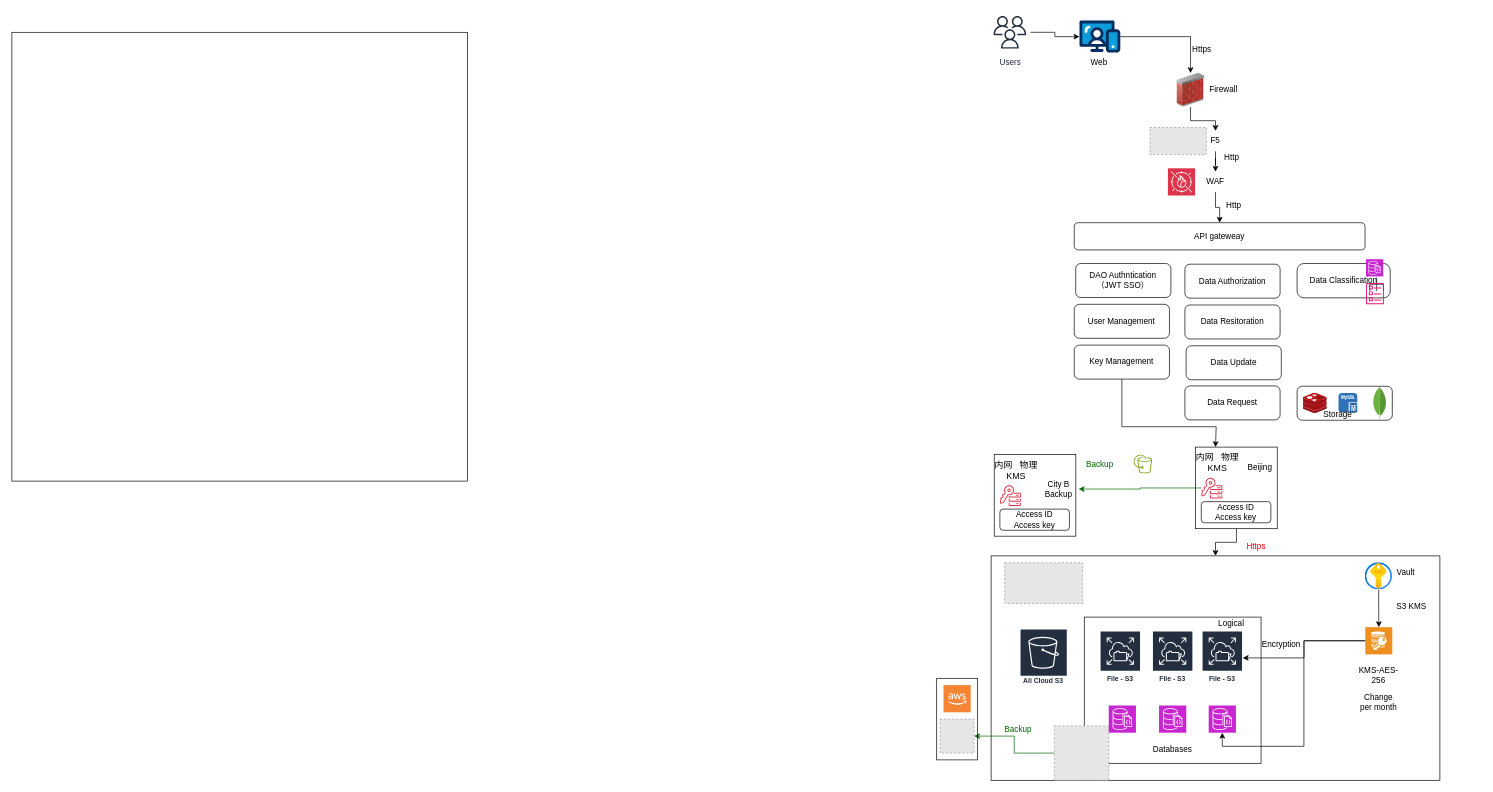
The draw.io diagram 未命名绘图.drawio in AliceHan7/Architecture-Design, before the edit. Source tidied: cells renumbered, new cells numbered last; positions are measured from the earlier drawing's top-left corner, leaving out a move shared by most shapes. Both pictures are drawn from the tidied source at 68%, with x=0, y=0 at pixel (12, 12). Pictures stored in the file or linked from it are replaced by grey dashed boxes.
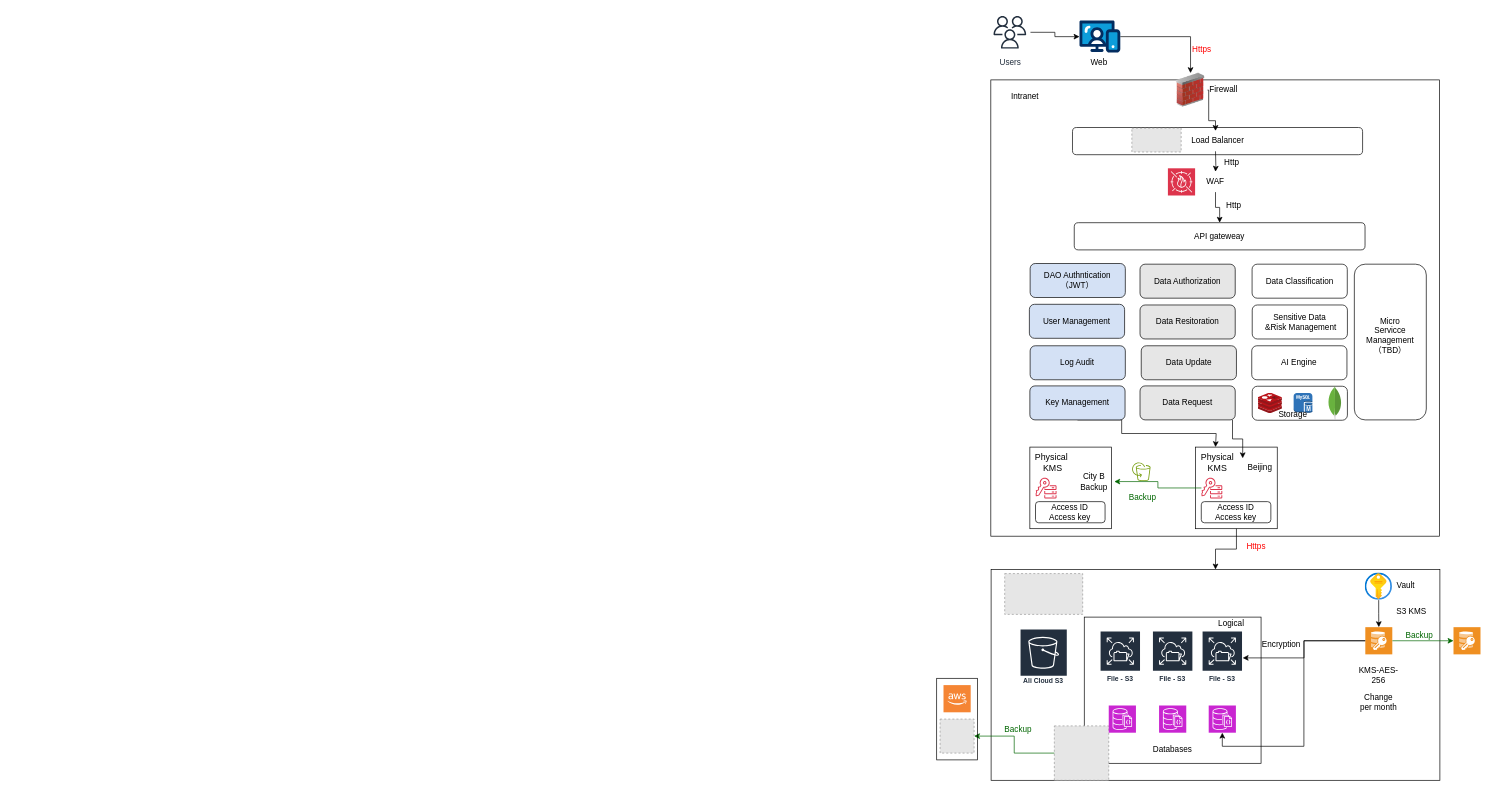
The same page after the edit.

Commit message:
更新未命名绘图.drawio

The change refers to these unchanged cells:
```xml
<mxCell id="11" style="shadow=0;dashed=0;html=1;strokeColor=none;fillColor=#EF8F21;labelPosition=center;verticalLabelPosition=bottom;verticalAlign=top;align=center;outlineConnect=0;shape=mxgraph.veeam.2d.end_to_end_encryption;" parent="1" vertex="1">
  <mxGeometry x="1990.3" y="904.8" width="39.7" height="40" as="geometry" />
</mxCell>
<mxCell id="33" style="image;html=1;image=img/lib/clip_art/networking/Firewall_02_128x128.png;" parent="32" vertex="1">
  <mxGeometry width="50" height="50" as="geometry" />
</mxCell>
<mxCell id="44" value="WAF" style="text;html=1;strokeColor=none;fillColor=none;align=center;verticalAlign=middle;whiteSpace=wrap;rounded=0;" parent="42" vertex="1">
  <mxGeometry x="40" y="5" width="60" height="30" as="geometry" />
</mxCell>
<mxCell id="57" style="group;" parent="1" vertex="1">
  <mxGeometry x="1733.8" y="640" width="131.2" height="120" as="geometry" />
</mxCell>
<mxCell id="62" value="Beijing" style="text;html=1;strokeColor=none;fillColor=none;align=center;verticalAlign=middle;whiteSpace=wrap;rounded=0;" parent="57" vertex="1">
  <mxGeometry x="72.4" y="16.4" width="58.8" height="28" as="geometry" />
</mxCell>
```

Diff of the diagram source:
```diff
@@
     <mxCell id="2" style="whiteSpace=wrap;html=1;" parent="1" vertex="1">
-      <mxGeometry y="30" width="670" height="660" as="geometry" />
+      <mxGeometry x="1439.6" y="100" width="660" height="671" as="geometry" />
     </mxCell>
     <mxCell id="3" style="whiteSpace=wrap;html=1;" parent="1" vertex="1">
-      <mxGeometry x="1440" y="800" width="660" height="330" as="geometry" />
+      <mxGeometry x="1440" y="820" width="660" height="310" as="geometry" />
     </mxCell>
@@
     <mxCell id="5" style="fillColor=#E6E6E6;strokeColor=#999999;dashed=1;verticalLabelPosition=bottom;verticalAlign=top;" parent="1" vertex="1">
-      <mxGeometry x="1460" y="810" width="114.7" height="60" as="geometry" />
+      <mxGeometry x="1460" y="826" width="114.7" height="60" as="geometry" />
     </mxCell>
@@
     <mxCell id="9" style="image;html=1;points=[];align=center;fontSize=12;image=img/lib/azure2/security/Key_Vaults.svg;" parent="1" vertex="1">
-      <mxGeometry x="1990" y="810" width="40" height="40" as="geometry" />
+      <mxGeometry x="1990" y="825" width="40" height="40" as="geometry" />
     </mxCell>
@@
+    <mxCell id="88" style="edgeStyle=orthogonalEdgeStyle;rounded=0;jettySize=auto;html=1;strokeColor=#006600;" parent="1" edge="1" source="11" target="97">
+      <mxGeometry relative="1" as="geometry" />
+    </mxCell>
@@
     <mxCell id="18" value="Vault" style="text;html=1;strokeColor=none;fillColor=none;align=center;verticalAlign=middle;whiteSpace=wrap;rounded=0;" parent="1" vertex="1">
-      <mxGeometry x="2020" y="810" width="60" height="30" as="geometry" />
+      <mxGeometry x="2020" y="829" width="60" height="30" as="geometry" />
     </mxCell>
@@
     <mxCell id="23" value="S3 KMS&amp;nbsp;" style="text;html=1;strokeColor=none;fillColor=none;align=center;verticalAlign=middle;whiteSpace=wrap;rounded=0;" parent="1" vertex="1">
-      <mxGeometry x="2030" y="860" width="60" height="30" as="geometry" />
+      <mxGeometry x="2030" y="867" width="60" height="30" as="geometry" />
     </mxCell>
@@
-    <mxCell id="26" style="group;" parent="1" vertex="1">
-      <mxGeometry x="1890" y="370" width="137" height="60" as="geometry" />
-    </mxCell>
-    <mxCell id="27" value="Data Classification" style="html=1;shape=mxgraph.sysml.callBehAct;whiteSpace=wrap;align=center;" parent="26" vertex="1">
-      <mxGeometry width="137" height="50.5" as="geometry" />
-    </mxCell>
-    <mxCell id="28" style="sketch=0;fontColor=#232F3E;gradientColor=none;fillColor=#E7157B;strokeColor=none;dashed=0;verticalLabelPosition=bottom;verticalAlign=top;align=center;html=1;fontSize=12;fontStyle=0;shape=mxgraph.aws4.template;" parent="26" vertex="1">
-      <mxGeometry x="101.3" y="28.4" width="26.3" height="31.6" as="geometry" />
-    </mxCell>
-    <mxCell id="29" style="sketch=0;fontColor=#232F3E;fillColor=#C925D1;strokeColor=#ffffff;dashed=0;verticalLabelPosition=bottom;verticalAlign=top;align=center;html=1;fontSize=12;fontStyle=0;shape=mxgraph.aws4.resourceIcon;resIcon=mxgraph.aws4.documentdb_with_mongodb_compatibility;" parent="26" vertex="1">
-      <mxGeometry x="101.3" y="-6.3" width="25.3" height="25.3" as="geometry" />
-    </mxCell>
@@
     <mxCell id="35" style="group;" parent="1" vertex="1">
-      <mxGeometry x="1673.6" y="170" width="150.4" height="60" as="geometry" />
+      <mxGeometry x="1673.6" y="170" width="312.7" height="60" as="geometry" />
     </mxCell>
-    <mxCell id="36" style="fillColor=#E6E6E6;strokeColor=#999999;dashed=1;verticalLabelPosition=bottom;verticalAlign=top;" parent="35" vertex="1">
-      <mxGeometry width="82.9" height="40" as="geometry" />
-    </mxCell>
-    <mxCell id="37" value="F5" style="text;html=1;strokeColor=none;fillColor=none;align=center;verticalAlign=middle;whiteSpace=wrap;rounded=0;" parent="35" vertex="1">
-      <mxGeometry x="66.4" y="5" width="60" height="30" as="geometry" />
-    </mxCell>
     <mxCell id="38" value="Http" style="text;html=1;strokeColor=none;fillColor=none;align=center;verticalAlign=middle;whiteSpace=wrap;rounded=0;" parent="35" vertex="1">
-      <mxGeometry x="90.4" y="30" width="60" height="30" as="geometry" />
+      <mxGeometry x="90.4" y="36" width="60" height="30" as="geometry" />
     </mxCell>
+    <mxCell id="89" value="Load Balancer" style="rounded=1;whiteSpace=wrap;html=1;" parent="35" vertex="1">
+      <mxGeometry x="-113.9" width="426.6" height="40" as="geometry" />
+    </mxCell>
@@
-    <mxCell id="41" style="edgeStyle=orthogonalEdgeStyle;rounded=0;jettySize=auto;html=1;" parent="1" edge="1" source="33" target="37">
-      <mxGeometry relative="1" as="geometry" />
+    <mxCell id="41" style="edgeStyle=orthogonalEdgeStyle;rounded=0;jettySize=auto;html=1;" parent="1" edge="1" source="33">
+      <mxGeometry relative="1" as="geometry">
+        <mxPoint x="1770" y="175" as="targetPoint" />
+        <Array as="points">
+          <mxPoint x="1760" y="115" />
+          <mxPoint x="1760" y="160" />
+          <mxPoint x="1770" y="160" />
+        </Array>
+      </mxGeometry>
     </mxCell>
@@
-    <mxCell id="45" style="edgeStyle=orthogonalEdgeStyle;rounded=0;jettySize=auto;html=1;" parent="1" edge="1" source="37" target="44">
-      <mxGeometry relative="1" as="geometry" />
+    <mxCell id="45" style="edgeStyle=orthogonalEdgeStyle;rounded=0;jettySize=auto;html=1;" parent="1" edge="1" target="44">
+      <mxGeometry relative="1" as="geometry">
+        <mxPoint x="1770" y="205" as="sourcePoint" />
+      </mxGeometry>
     </mxCell>
@@
     <mxCell id="50" style="sketch=0;fontColor=#232F3E;gradientColor=none;fillColor=#7AA116;strokeColor=none;dashed=0;verticalLabelPosition=bottom;verticalAlign=top;align=center;html=1;fontSize=12;fontStyle=0;shape=mxgraph.aws4.backup_aws_backup_support_for_amazon_s3;" parent="1" vertex="1">
-      <mxGeometry x="1649.3" y="651" width="27.6" height="27.6" as="geometry" />
+      <mxGeometry x="1647" y="662.4" width="27.6" height="27.6" as="geometry" />
     </mxCell>
     <mxCell id="51" style="group;" parent="1" vertex="1">
-      <mxGeometry x="1437.6" y="651" width="131.2" height="120" as="geometry" />
+      <mxGeometry x="1490" y="640" width="131.2" height="120" as="geometry" />
     </mxCell>
@@
-    <mxCell id="55" value="&lt;font style=&quot;font-size: 13px;&quot;&gt;内网&amp;nbsp; &amp;nbsp;物理 KMS&lt;/font&gt;" style="text;html=1;strokeColor=none;fillColor=none;align=center;verticalAlign=middle;whiteSpace=wrap;rounded=0;" parent="51" vertex="1">
+    <mxCell id="55" value="&lt;font style=&quot;font-size: 13px;&quot;&gt;Physical&lt;br&gt;&amp;nbsp;KMS&lt;/font&gt;" style="text;html=1;strokeColor=none;fillColor=none;align=center;verticalAlign=middle;whiteSpace=wrap;rounded=0;" parent="51" vertex="1">
       <mxGeometry y="8.7" width="78.4" height="28" as="geometry" />
     </mxCell>
@@
-    <mxCell id="61" value="&lt;font style=&quot;font-size: 13px;&quot;&gt;内网&amp;nbsp; &amp;nbsp;物理 KMS&lt;/font&gt;" style="text;html=1;strokeColor=none;fillColor=none;align=center;verticalAlign=middle;whiteSpace=wrap;rounded=0;" parent="57" vertex="1">
+    <mxCell id="61" value="&lt;font style=&quot;font-size: 13px;&quot;&gt;Physical KMS&lt;/font&gt;" style="text;html=1;strokeColor=none;fillColor=none;align=center;verticalAlign=middle;whiteSpace=wrap;rounded=0;" parent="57" vertex="1">
       <mxGeometry y="8.7" width="78.4" height="28" as="geometry" />
     </mxCell>
@@
     <mxCell id="64" value="&lt;font color=&quot;#006600&quot;&gt;Backup&lt;/font&gt;" style="text;html=1;strokeColor=none;fillColor=none;align=center;verticalAlign=middle;whiteSpace=wrap;rounded=0;" parent="1" vertex="1">
-      <mxGeometry x="1570" y="651" width="60" height="30" as="geometry" />
+      <mxGeometry x="1633.2" y="700" width="60" height="30" as="geometry" />
     </mxCell>
@@
-    <mxCell id="66" value="Https" style="text;html=1;strokeColor=none;fillColor=none;align=center;verticalAlign=middle;whiteSpace=wrap;rounded=0;" parent="1" vertex="1">
+    <mxCell id="66" value="&lt;font color=&quot;#ff0000&quot;&gt;Https&lt;/font&gt;" style="text;html=1;strokeColor=none;fillColor=none;align=center;verticalAlign=middle;whiteSpace=wrap;rounded=0;" parent="1" vertex="1">
       <mxGeometry x="1720" y="40" width="60" height="30" as="geometry" />
     </mxCell>
@@
     <mxCell id="68" style="edgeStyle=orthogonalEdgeStyle;rounded=0;jettySize=auto;html=1;exitX=0.5;exitY=1;exitDx=0;exitDy=0;" parent="1" edge="1" source="69">
       <mxGeometry relative="1" as="geometry">
         <mxPoint x="1770" y="640" as="targetPoint" />
         <Array as="points">
-          <mxPoint x="1632" y="610" />
-          <mxPoint x="1771" y="610" />
+          <mxPoint x="1632" y="620" />
+          <mxPoint x="1771" y="620" />
           <mxPoint x="1771" y="640" />
         </Array>
       </mxGeometry>
     </mxCell>
-    <mxCell id="69" value="Key Management" style="rounded=1;whiteSpace=wrap;html=1;" parent="1" vertex="1">
-      <mxGeometry x="1562.3" y="490" width="140" height="50" as="geometry" />
+    <mxCell id="69" value="Key Management" style="rounded=1;whiteSpace=wrap;html=1;fillColor=#D4E1F5;" parent="1" vertex="1">
+      <mxGeometry x="1497" y="550" width="140" height="50" as="geometry" />
     </mxCell>
-    <mxCell id="70" value="User Management" style="rounded=1;whiteSpace=wrap;html=1;" parent="1" vertex="1">
-      <mxGeometry x="1562.3" y="430" width="140" height="50" as="geometry" />
+    <mxCell id="70" value="User Management" style="rounded=1;whiteSpace=wrap;html=1;fillColor=#D4E1F5;" parent="1" vertex="1">
+      <mxGeometry x="1496.3" y="430" width="140" height="50" as="geometry" />
     </mxCell>
-    <mxCell id="71" value="DAO Authntication （JWT SSO）" style="rounded=1;whiteSpace=wrap;html=1;" parent="1" vertex="1">
-      <mxGeometry x="1564.4" y="370" width="140" height="50" as="geometry" />
+    <mxCell id="71" value="DAO Authntication （JWT）" style="rounded=1;whiteSpace=wrap;html=1;fillColor=#D4E1F5;" parent="1" vertex="1">
+      <mxGeometry x="1497.4" y="370" width="140" height="50" as="geometry" />
     </mxCell>
@@
     <mxCell id="73" style="group;" parent="1" vertex="1">
-      <mxGeometry x="1890" y="550" width="140" height="60" as="geometry" />
+      <mxGeometry x="1824" y="550" width="140" height="60" as="geometry" />
     </mxCell>
@@
-    <mxCell id="83" value="Data Authorization" style="rounded=1;whiteSpace=wrap;html=1;" parent="1" vertex="1">
-      <mxGeometry x="1725" y="371" width="140" height="50" as="geometry" />
+    <mxCell id="83" value="Data Authorization" style="rounded=1;whiteSpace=wrap;html=1;fillColor=#E6E6E6;" parent="1" vertex="1">
+      <mxGeometry x="1659" y="371" width="140" height="50" as="geometry" />
     </mxCell>
-    <mxCell id="84" value="Data Resitoration" style="rounded=1;whiteSpace=wrap;html=1;" parent="1" vertex="1">
-      <mxGeometry x="1725" y="431" width="140" height="50" as="geometry" />
+    <mxCell id="84" value="Data Resitoration" style="rounded=1;whiteSpace=wrap;html=1;fillColor=#E6E6E6;" parent="1" vertex="1">
+      <mxGeometry x="1659" y="431" width="140" height="50" as="geometry" />
     </mxCell>
-    <mxCell id="85" value="Data Update" style="rounded=1;whiteSpace=wrap;html=1;" parent="1" vertex="1">
-      <mxGeometry x="1726.8" y="491" width="140" height="50" as="geometry" />
+    <mxCell id="85" value="Data Update" style="rounded=1;whiteSpace=wrap;html=1;fillColor=#E6E6E6;" parent="1" vertex="1">
+      <mxGeometry x="1660.8" y="491" width="140" height="50" as="geometry" />
     </mxCell>
+    <mxCell id="90" style="edgeStyle=orthogonalEdgeStyle;rounded=0;jettySize=auto;html=1;" parent="1" edge="1" source="86" target="62">
+      <mxGeometry relative="1" as="geometry">
+        <Array as="points">
+          <mxPoint x="1795" y="628" />
+          <mxPoint x="1810" y="628" />
+        </Array>
+      </mxGeometry>
+    </mxCell>
-    <mxCell id="86" value="Data Request" style="rounded=1;whiteSpace=wrap;html=1;" parent="1" vertex="1">
-      <mxGeometry x="1725" y="550" width="140" height="50" as="geometry" />
+    <mxCell id="86" value="Data Request" style="rounded=1;whiteSpace=wrap;html=1;fillColor=#E6E6E6;" parent="1" vertex="1">
+      <mxGeometry x="1659" y="550" width="140" height="50" as="geometry" />
     </mxCell>
@@
+    <mxCell id="91" value="Log Audit" style="rounded=1;whiteSpace=wrap;html=1;fillColor=#D4E1F5;" parent="1" vertex="1">
+      <mxGeometry x="1497.4" y="491" width="140" height="50" as="geometry" />
+    </mxCell>
+    <mxCell id="92" style="fillColor=#E6E6E6;strokeColor=#999999;dashed=1;verticalLabelPosition=bottom;verticalAlign=top;" parent="1" vertex="1">
+      <mxGeometry x="1647" y="171" width="72.5" height="35" as="geometry" />
+    </mxCell>
+    <mxCell id="93" style="rounded=1;whiteSpace=wrap;html=1;" parent="1" vertex="1">
+      <mxGeometry x="1974.2" y="371" width="105.8" height="229" as="geometry" />
+    </mxCell>
+    <mxCell id="94" value="Micro Servicce Management&lt;br&gt;（TBD）" style="text;html=1;strokeColor=none;fillColor=none;align=center;verticalAlign=middle;whiteSpace=wrap;rounded=0;" parent="1" vertex="1">
+      <mxGeometry x="1997.1" y="461" width="60" height="30" as="geometry" />
+    </mxCell>
+    <mxCell id="95" value="Sensitive Data&lt;br&gt;&amp;nbsp;&amp;amp;Risk Management" style="rounded=1;whiteSpace=wrap;html=1;fillColor=#FFFFFF;" parent="1" vertex="1">
+      <mxGeometry x="1824" y="431" width="140" height="50" as="geometry" />
+    </mxCell>
+    <mxCell id="96" value="AI Engine" style="rounded=1;whiteSpace=wrap;html=1;fillColor=#FFFFFF;" parent="1" vertex="1">
+      <mxGeometry x="1823.3" y="491" width="140" height="50" as="geometry" />
+    </mxCell>
+    <mxCell id="27" value="Data Classification" style="rounded=1;whiteSpace=wrap;html=1;fillColor=#FFFFFF;" parent="1" vertex="1">
+      <mxGeometry x="1823.8" y="371" width="140" height="50" as="geometry" />
+    </mxCell>
+    <mxCell id="97" style="shadow=0;dashed=0;html=1;strokeColor=none;fillColor=#EF8F21;labelPosition=center;verticalLabelPosition=bottom;verticalAlign=top;align=center;outlineConnect=0;shape=mxgraph.veeam.2d.end_to_end_encryption;" parent="1" vertex="1">
+      <mxGeometry x="2120" y="904.8" width="39.7" height="40" as="geometry" />
+    </mxCell>
+    <mxCell id="98" value="&lt;font color=&quot;#006600&quot;&gt;Backup&lt;/font&gt;" style="text;html=1;strokeColor=none;fillColor=none;align=center;verticalAlign=middle;whiteSpace=wrap;rounded=0;" parent="1" vertex="1">
+      <mxGeometry x="2040" y="901.8" width="60" height="30" as="geometry" />
+    </mxCell>
+    <mxCell id="99" value="Intranet" style="text;html=1;strokeColor=none;fillColor=none;align=center;verticalAlign=middle;whiteSpace=wrap;rounded=0;" parent="1" vertex="1">
+      <mxGeometry x="1460" y="110" width="60" height="30" as="geometry" />
+    </mxCell>
```
